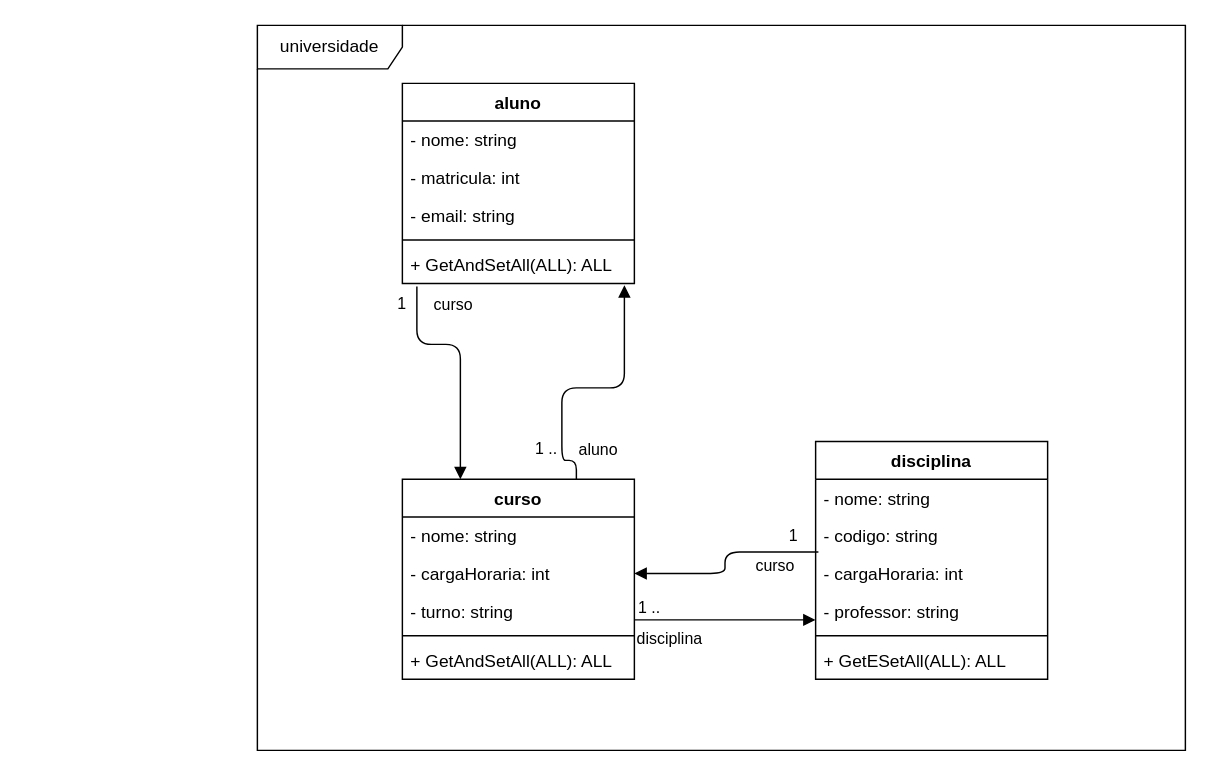
EngDann/Orienta-o-a-Objetos---JAVA keeps this draw.io diagram as Exercicios/src/aula7/universidade/universidade.drawio. Above is the earlier version. Source tidied: cells renumbered, new cells numbered last; positions are measured from the earlier drawing's top-left corner, leaving out a move shared by most shapes. Both pictures are drawn from the tidied source at 145%, with x=0, y=0 at pixel (257, 25).
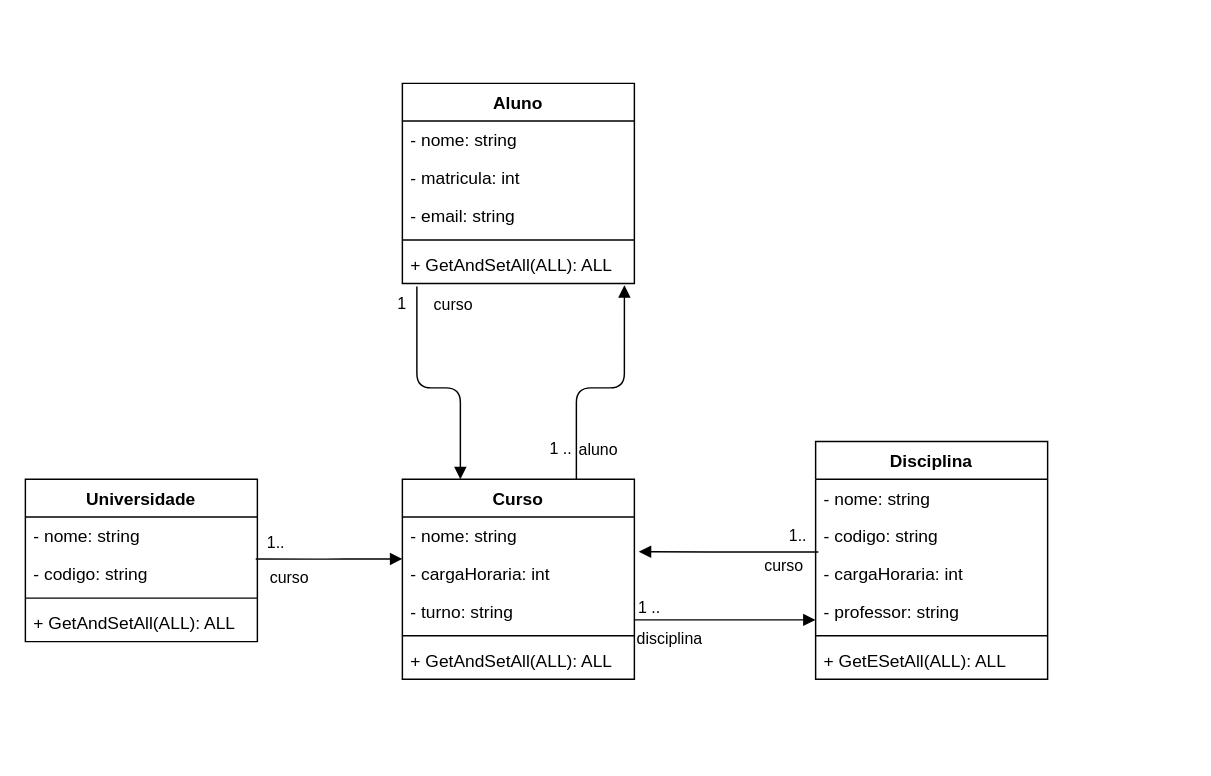
The same diagram, later.

Commit message (it also covers changes not shown here):
Universidade atualizado

The change refers to these unchanged cells:
```xml
<mxCell id="8" value="+ GetAndSetAll(ALL): ALL" style="text;strokeColor=none;fillColor=none;align=left;verticalAlign=top;spacingLeft=4;spacingRight=4;overflow=hidden;points=[[0,0.5],[1,0.5]];portConstraint=eastwest;" parent="3" vertex="1">
  <mxGeometry y="112" width="160" height="26" as="geometry" />
</mxCell>
<mxCell id="12" value="- cargaHoraria: int" style="text;strokeColor=none;fillColor=none;align=left;verticalAlign=top;spacingLeft=4;spacingRight=4;overflow=hidden;points=[[0,0.5],[1,0.5]];portConstraint=eastwest;" parent="9" vertex="1">
  <mxGeometry y="78" width="160" height="26" as="geometry" />
</mxCell>
<mxCell id="18" value="- cargaHoraria: int" style="text;strokeColor=none;fillColor=none;align=left;verticalAlign=top;spacingLeft=4;spacingRight=4;overflow=hidden;points=[[0,0.5],[1,0.5]];portConstraint=eastwest;" parent="16" vertex="1">
  <mxGeometry y="52" width="160" height="26" as="geometry" />
</mxCell>
```

What changed in the source:
```diff
@@
-    <mxCell id="2" value="universidade" style="shape=umlFrame;whiteSpace=wrap;html=1;width=100;height=30;" parent="1" vertex="1">
-      <mxGeometry width="640" height="500" as="geometry" />
-    </mxCell>
-    <mxCell id="3" value="aluno" style="swimlane;fontStyle=1;align=center;verticalAlign=top;horizontal=1;startSize=26;" parent="1" vertex="1">
+    <mxCell id="3" value="Aluno" style="swimlane;fontStyle=1;align=center;verticalAlign=top;horizontal=1;startSize=26;" parent="1" vertex="1">
       <mxGeometry x="100" y="40" width="160" height="138" as="geometry" />
     </mxCell>
@@
-    <mxCell id="9" value="disciplina" style="swimlane;fontStyle=1;align=center;verticalAlign=top;horizontal=1;startSize=26;" parent="1" vertex="1">
+    <mxCell id="9" value="Disciplina" style="swimlane;fontStyle=1;align=center;verticalAlign=top;horizontal=1;startSize=26;" parent="1" vertex="1">
       <mxGeometry x="385" y="287" width="160" height="164" as="geometry" />
     </mxCell>
@@
-    <mxCell id="16" value="curso" style="swimlane;fontStyle=1;align=center;verticalAlign=top;horizontal=1;startSize=26;" parent="1" vertex="1">
+    <mxCell id="16" value="Curso" style="swimlane;fontStyle=1;align=center;verticalAlign=top;horizontal=1;startSize=26;" parent="1" vertex="1">
       <mxGeometry x="100" y="313" width="160" height="138" as="geometry" />
     </mxCell>
@@
-    <mxCell id="24" value="curso" style="endArrow=block;endFill=1;html=1;edgeStyle=orthogonalEdgeStyle;align=left;verticalAlign=top;entryX=1;entryY=0.5;entryDx=0;entryDy=0;exitX=0.012;exitY=-0.071;exitDx=0;exitDy=0;exitPerimeter=0;" parent="1" edge="1" source="12" target="18">
+    <mxCell id="24" value="curso" style="endArrow=block;endFill=1;html=1;edgeStyle=orthogonalEdgeStyle;align=left;verticalAlign=top;entryX=1.019;entryY=-0.077;entryDx=0;entryDy=0;exitX=0.012;exitY=-0.071;exitDx=0;exitDy=0;exitPerimeter=0;entryPerimeter=0;" parent="1" edge="1" source="12" target="18">
       <mxGeometry x="-0.37" y="-3" relative="1" as="geometry" />
     </mxCell>
-    <mxCell id="25" value="1" style="edgeLabel;html=1;align=left;verticalAlign=bottom;" parent="24" vertex="1">
+    <mxCell id="25" value="1.." style="edgeLabel;html=1;align=left;verticalAlign=bottom;" parent="24" vertex="1">
       <mxGeometry x="-1" relative="1" as="geometry">
         <mxPoint x="-22" y="-3" as="offset" />
       </mxGeometry>
     </mxCell>
     <mxCell id="26" value="aluno" style="endArrow=block;endFill=1;html=1;edgeStyle=orthogonalEdgeStyle;align=left;verticalAlign=top;entryX=0.957;entryY=1.045;entryDx=0;entryDy=0;entryPerimeter=0;exitX=0.75;exitY=0;exitDx=0;exitDy=0;" parent="1" edge="1" source="16" target="8">
-      <mxGeometry x="-0.54" y="-10" relative="1" as="geometry">
+      <mxGeometry x="-0.6" relative="1" as="geometry">
         <Array as="points">
-          <mxPoint x="210" y="300" />
-          <mxPoint x="210" y="250" />
+          <mxPoint x="220" y="250" />
           <mxPoint x="253" y="250" />
         </Array>
       </mxGeometry>
     </mxCell>
     <mxCell id="27" value="1 .." style="edgeLabel;html=1;align=left;verticalAlign=bottom;" parent="26" vertex="1">
       <mxGeometry x="-1" relative="1" as="geometry">
-        <mxPoint x="-30" y="-13" as="offset" />
+        <mxPoint x="-20" y="-13" as="offset" />
       </mxGeometry>
     </mxCell>
     <mxCell id="28" value="curso" style="endArrow=block;endFill=1;html=1;edgeStyle=orthogonalEdgeStyle;align=left;verticalAlign=top;entryX=0.25;entryY=0;entryDx=0;entryDy=0;" parent="1" edge="1" target="16">
       <mxGeometry x="-1" y="10" relative="1" as="geometry">
         <mxPoint x="110" y="180" as="sourcePoint" />
         <Array as="points">
-          <mxPoint x="110" y="220" />
-          <mxPoint x="140" y="220" />
-          <mxPoint x="140" y="300" />
+          <mxPoint x="110" y="250" />
+          <mxPoint x="140" y="250" />
         </Array>
       </mxGeometry>
     </mxCell>
@@
+    <mxCell id="30" value="Universidade" style="swimlane;fontStyle=1;align=center;verticalAlign=top;horizontal=1;startSize=26;" parent="1" vertex="1">
+      <mxGeometry x="-160" y="313" width="160" height="112" as="geometry" />
+    </mxCell>
+    <mxCell id="31" value="- nome: string" style="text;strokeColor=none;fillColor=none;align=left;verticalAlign=top;spacingLeft=4;spacingRight=4;overflow=hidden;" parent="30" vertex="1">
+      <mxGeometry y="26" width="160" height="26" as="geometry" />
+    </mxCell>
+    <mxCell id="32" value="- codigo: string" style="text;strokeColor=none;fillColor=none;align=left;verticalAlign=top;spacingLeft=4;spacingRight=4;overflow=hidden;points=[[0,0.5],[1,0.5]];portConstraint=eastwest;" parent="30" vertex="1">
+      <mxGeometry y="52" width="160" height="26" as="geometry" />
+    </mxCell>
+    <mxCell id="33" style="line;strokeWidth=1;fillColor=none;align=left;verticalAlign=middle;spacingTop=-1;spacingLeft=3;spacingRight=3;labelPosition=right;strokeColor=inherit;" parent="30" vertex="1">
+      <mxGeometry y="78" width="160" height="8" as="geometry" />
+    </mxCell>
+    <mxCell id="34" value="+ GetAndSetAll(ALL): ALL" style="text;strokeColor=none;fillColor=none;align=left;verticalAlign=top;spacingLeft=4;spacingRight=4;overflow=hidden;" parent="30" vertex="1">
+      <mxGeometry y="86" width="160" height="26" as="geometry" />
+    </mxCell>
+    <mxCell id="35" value="curso" style="endArrow=block;endFill=1;html=1;edgeStyle=orthogonalEdgeStyle;align=left;verticalAlign=top;exitX=0.993;exitY=0.118;exitDx=0;exitDy=0;exitPerimeter=0;entryX=0;entryY=0.115;entryDx=0;entryDy=0;entryPerimeter=0;" parent="1" edge="1" source="32" target="18">
+      <mxGeometry x="-0.85" relative="1" as="geometry" />
+    </mxCell>
+    <mxCell id="36" value="1.." style="edgeLabel;html=1;align=left;verticalAlign=bottom;" parent="35" vertex="1">
+      <mxGeometry x="-1" relative="1" as="geometry">
+        <mxPoint x="6" y="-3" as="offset" />
+      </mxGeometry>
+    </mxCell>
```
